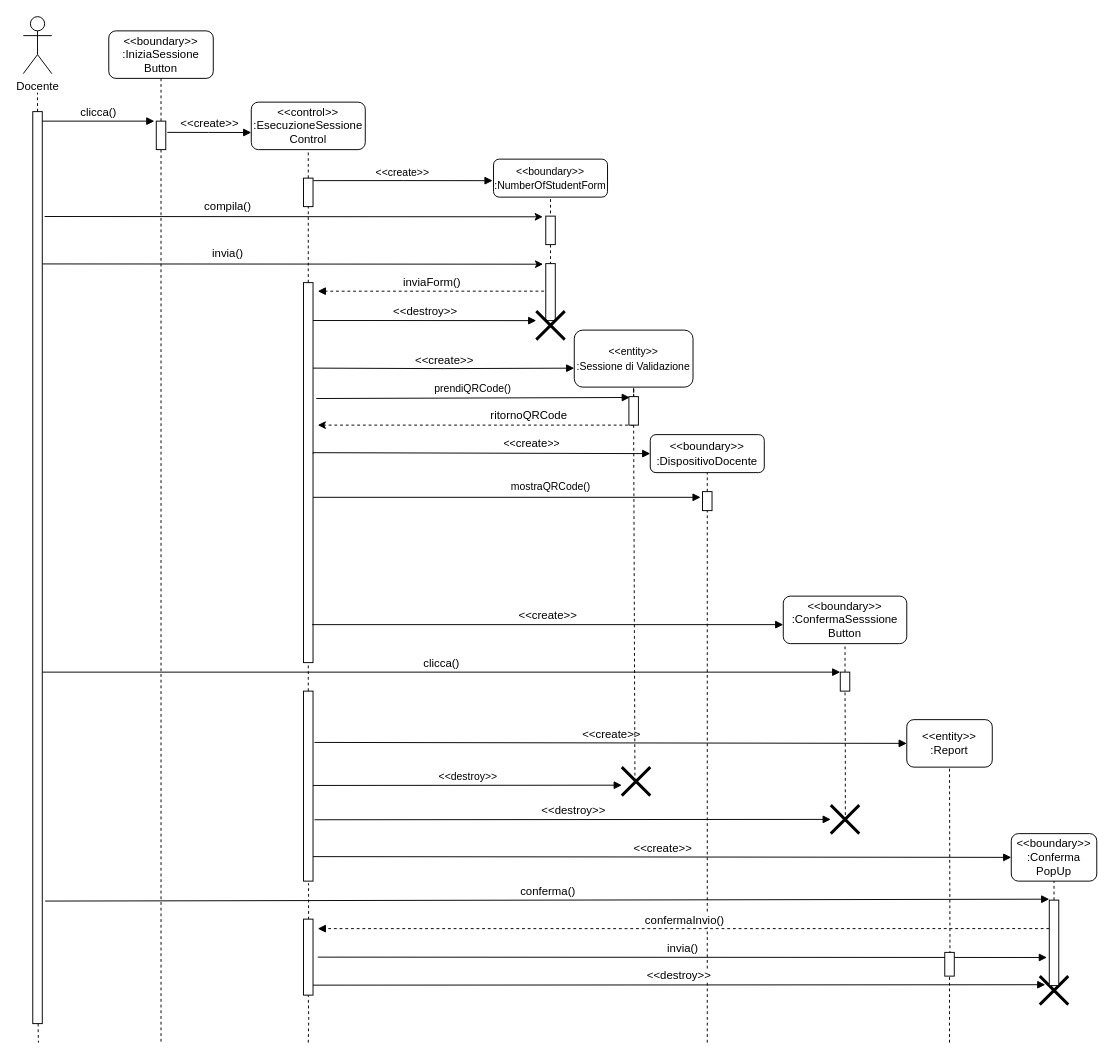
This is Documentazione/Resources/Sequence Diagram/Esecuzione Sessione/Sequence Diagram ExecuteSession.drawio from Alberto-00/EasyPass, a draw.io file, before an edit. Source tidied: cells renumbered, new cells numbered last; positions are measured from the earlier drawing's top-left corner, leaving out a move shared by most shapes. Both pictures are drawn from the tidied source at 95%, with x=0, y=0 at pixel (23, 16).
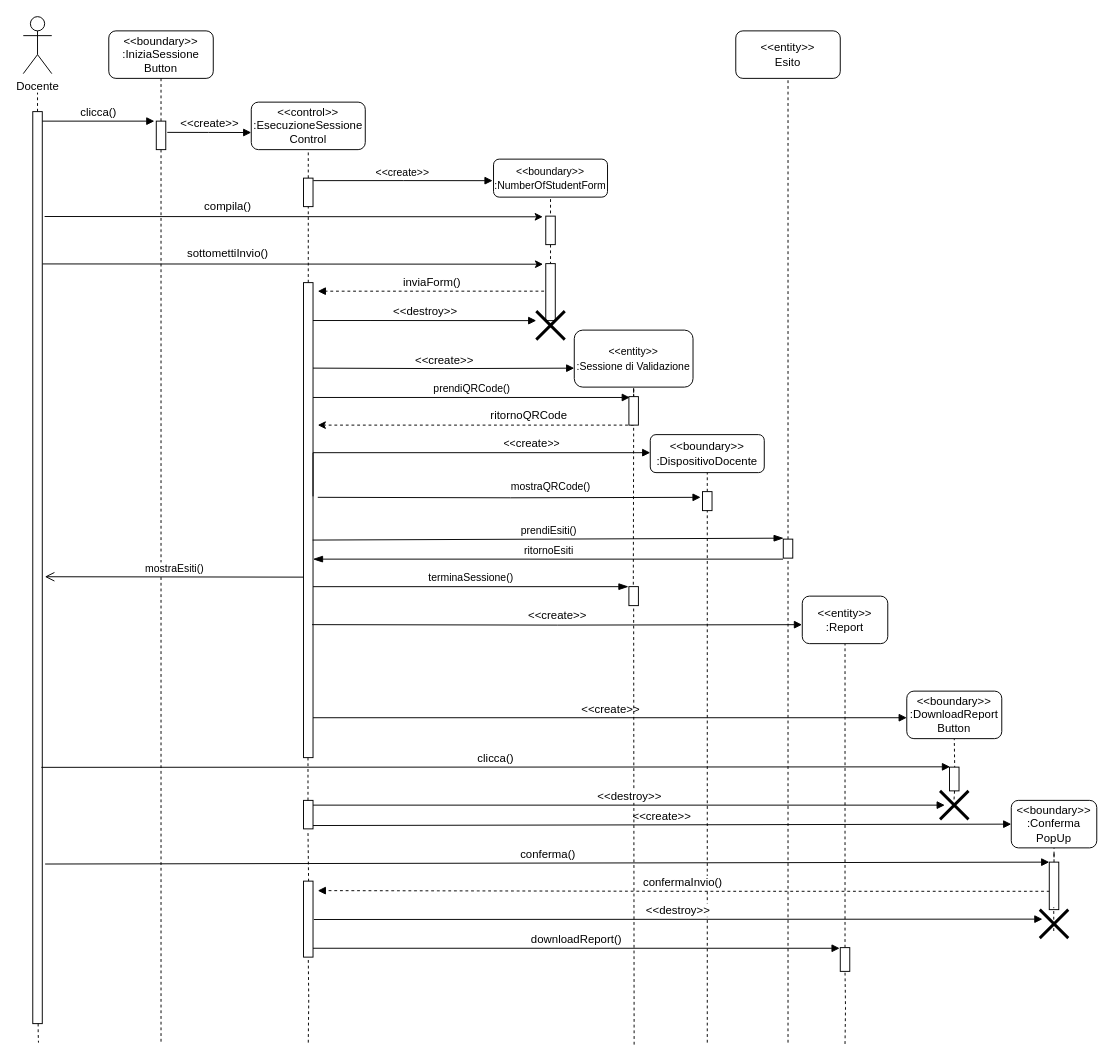
Above is the later version.

Unchanged cells that the change refers to:
```xml
<mxCell id="4" style="html=1;points=[];perimeter=orthogonalPerimeter;" parent="1" vertex="1">
  <mxGeometry x="10" y="100" width="10" height="960" as="geometry" />
</mxCell>
<mxCell id="29" value="&amp;lt;&amp;lt;boundary&amp;gt;&amp;gt;&lt;br&gt;:DispositivoDocente" style="rounded=1;whiteSpace=wrap;html=1;" parent="1" vertex="1">
  <mxGeometry x="660" y="440" width="120" height="40" as="geometry" />
</mxCell>
<mxCell id="31" style="html=1;points=[];perimeter=orthogonalPerimeter;" parent="1" vertex="1">
  <mxGeometry x="715" y="500" width="10" height="20" as="geometry" />
</mxCell>
<mxCell id="73" style="html=1;points=[];perimeter=orthogonalPerimeter;" parent="1" vertex="1">
  <mxGeometry x="637.5" y="400" width="10" height="30" as="geometry" />
</mxCell>
```

Change to the diagram source:
```diff
@@
     <mxCell id="20" style="html=1;points=[];perimeter=orthogonalPerimeter;" parent="1" vertex="1">
-      <mxGeometry x="295" y="280" width="10" height="400" as="geometry" />
+      <mxGeometry x="295" y="280" width="10" height="500" as="geometry" />
     </mxCell>
-    <mxCell id="21" style="endArrow=none;dashed=1;html=1;rounded=0;edgeStyle=orthogonalEdgeStyle;startArrow=none;" parent="1" edge="1" source="39" target="20">
-      <mxGeometry relative="1" as="geometry" />
-    </mxCell>
@@
-    <mxCell id="28" value="prendiQRCode()" style="html=1;verticalAlign=bottom;endArrow=block;rounded=0;entryX=0.1;entryY=0.03;entryDx=0;entryDy=0;entryPerimeter=0;exitX=1.34;exitY=0.305;exitDx=0;exitDy=0;exitPerimeter=0;" parent="1" edge="1" source="20" target="73">
+    <mxCell id="28" value="prendiQRCode()" style="html=1;verticalAlign=bottom;endArrow=block;rounded=0;entryX=0.1;entryY=0.03;entryDx=0;entryDy=0;entryPerimeter=0;" parent="1" edge="1" source="20" target="73">
       <mxGeometry relative="1" as="geometry" />
     </mxCell>
@@
-    <mxCell id="33" value="&lt;font style=&quot;font-size: 12px&quot;&gt;&amp;lt;&amp;lt;create&amp;gt;&amp;gt;&lt;/font&gt;" style="html=1;verticalAlign=bottom;endArrow=block;rounded=0;edgeStyle=orthogonalEdgeStyle;" parent="1" edge="1">
+    <mxCell id="33" value="&lt;font style=&quot;font-size: 12px&quot;&gt;&amp;lt;&amp;lt;create&amp;gt;&amp;gt;&lt;/font&gt;" style="html=1;verticalAlign=bottom;endArrow=block;rounded=0;edgeStyle=orthogonalEdgeStyle;entryX=-0.003;entryY=0.601;entryDx=0;entryDy=0;entryPerimeter=0;" parent="1" edge="1" target="41">
       <mxGeometry relative="1" as="geometry">
         <mxPoint x="304" y="640" as="sourcePoint" />
-        <mxPoint x="800" y="640" as="targetPoint" />
-        <Array as="points">
-          <mxPoint x="304" y="640" />
-        </Array>
       </mxGeometry>
     </mxCell>
-    <mxCell id="34" value="&lt;span&gt;&amp;lt;&amp;lt;boundary&amp;gt;&amp;gt;&lt;br&gt;:ConfermaSesssione&lt;br&gt;Button&lt;/span&gt;" style="rounded=1;whiteSpace=wrap;html=1;" parent="1" vertex="1">
-      <mxGeometry x="800" y="610" width="130" height="50" as="geometry" />
-    </mxCell>
-    <mxCell id="35" style="endArrow=none;dashed=1;html=1;rounded=0;edgeStyle=orthogonalEdgeStyle;entryX=0.5;entryY=1;entryDx=0;entryDy=0;startArrow=none;" parent="1" edge="1" source="37" target="34">
-      <mxGeometry relative="1" as="geometry" />
-    </mxCell>
-    <mxCell id="36" value="&lt;font style=&quot;font-size: 12px&quot;&gt;clicca()&lt;/font&gt;" style="html=1;verticalAlign=bottom;endArrow=block;rounded=0;entryX=0;entryY=0;entryDx=0;entryDy=0;entryPerimeter=0;" parent="1" edge="1" target="37">
-      <mxGeometry relative="1" as="geometry">
-        <mxPoint x="20" y="690" as="sourcePoint" />
-      </mxGeometry>
-    </mxCell>
-    <mxCell id="37" style="html=1;points=[];perimeter=orthogonalPerimeter;" parent="1" vertex="1">
-      <mxGeometry x="860" y="690" width="10" height="20" as="geometry" />
-    </mxCell>
-    <mxCell id="38" style="endArrow=none;dashed=1;html=1;rounded=0;edgeStyle=orthogonalEdgeStyle;entryX=0.5;entryY=1;entryDx=0;entryDy=0;startArrow=none;exitX=0.511;exitY=0.547;exitDx=0;exitDy=0;exitPerimeter=0;" parent="1" edge="1" source="63" target="37">
+    <mxCell id="38" style="endArrow=none;dashed=1;html=1;rounded=0;edgeStyle=orthogonalEdgeStyle;entryX=0.5;entryY=1;entryDx=0;entryDy=0;startArrow=none;" parent="1" edge="1" source="90" target="41">
       <mxGeometry relative="1" as="geometry" />
     </mxCell>
-    <mxCell id="39" style="html=1;points=[];perimeter=orthogonalPerimeter;" parent="1" vertex="1">
-      <mxGeometry x="295" y="710" width="10" height="200" as="geometry" />
-    </mxCell>
-    <mxCell id="40" value="&lt;font style=&quot;font-size: 12px&quot;&gt;&amp;lt;&amp;lt;create&amp;gt;&amp;gt;&lt;/font&gt;" style="html=1;verticalAlign=bottom;endArrow=block;rounded=0;exitX=1.152;exitY=0.27;exitDx=0;exitDy=0;exitPerimeter=0;entryX=0;entryY=0.5;entryDx=0;entryDy=0;" parent="1" edge="1" source="39" target="41">
-      <mxGeometry relative="1" as="geometry" />
+    <mxCell id="40" value="&lt;font style=&quot;font-size: 12px&quot;&gt;&amp;lt;&amp;lt;create&amp;gt;&amp;gt;&lt;/font&gt;" style="html=1;verticalAlign=bottom;endArrow=block;rounded=0;" parent="1" edge="1" source="20">
+      <mxGeometry relative="1" as="geometry">
+        <mxPoint x="930" y="738" as="targetPoint" />
+      </mxGeometry>
     </mxCell>
-    <mxCell id="41" value="&amp;lt;&amp;lt;entity&amp;gt;&amp;gt;&lt;br&gt;:Report" style="rounded=1;whiteSpace=wrap;html=1;" parent="1" vertex="1">
-      <mxGeometry x="930" y="740" width="90" height="50" as="geometry" />
-    </mxCell>
-    <mxCell id="42" value="&amp;lt;&amp;lt;destroy&amp;gt;&amp;gt;" style="html=1;verticalAlign=bottom;endArrow=block;rounded=0;" parent="1" edge="1">
-      <mxGeometry relative="1" as="geometry">
-        <mxPoint x="305" y="809.3" as="sourcePoint" />
-        <mxPoint x="630" y="809" as="targetPoint" />
-      </mxGeometry>
-    </mxCell>
-    <mxCell id="43" style="shape=umlDestroy;whiteSpace=wrap;html=1;strokeWidth=3;" parent="1" vertex="1">
-      <mxGeometry x="630" y="790" width="30" height="30" as="geometry" />
-    </mxCell>
-    <mxCell id="44" style="endArrow=none;dashed=1;html=1;rounded=0;startArrow=none;entryX=0.5;entryY=1;entryDx=0;entryDy=0;exitX=0.547;exitY=0.065;exitDx=0;exitDy=0;exitPerimeter=0;" parent="1" edge="1" source="67" target="41">
+    <mxCell id="44" style="endArrow=none;dashed=1;html=1;rounded=0;startArrow=none;entryX=0.5;entryY=1;entryDx=0;entryDy=0;exitX=0.547;exitY=0.065;exitDx=0;exitDy=0;exitPerimeter=0;" parent="1" edge="1" source="67" target="85">
       <mxGeometry relative="1" as="geometry" />
     </mxCell>
-    <mxCell id="45" value="&lt;font style=&quot;font-size: 12px&quot;&gt;&amp;lt;&amp;lt;destroy&amp;gt;&amp;gt;&lt;/font&gt;" style="html=1;verticalAlign=bottom;endArrow=block;rounded=0;exitX=1.152;exitY=0.677;exitDx=0;exitDy=0;exitPerimeter=0;" parent="1" edge="1" source="39" target="63">
+    <mxCell id="45" value="&lt;font style=&quot;font-size: 12px&quot;&gt;clicca()&lt;/font&gt;" style="html=1;verticalAlign=bottom;endArrow=block;rounded=0;exitX=0.907;exitY=0.719;exitDx=0;exitDy=0;exitPerimeter=0;entryX=0.055;entryY=-0.012;entryDx=0;entryDy=0;entryPerimeter=0;" parent="1" edge="1" source="4" target="67">
       <mxGeometry relative="1" as="geometry" />
     </mxCell>
-    <mxCell id="46" value="&lt;font style=&quot;font-size: 12px&quot;&gt;&amp;lt;&amp;lt;create&amp;gt;&amp;gt;&lt;/font&gt;" style="html=1;verticalAlign=bottom;endArrow=block;rounded=0;entryX=0;entryY=0.5;entryDx=0;entryDy=0;" parent="1" edge="1" target="47">
-      <mxGeometry relative="1" as="geometry">
-        <mxPoint x="305" y="884.2" as="sourcePoint" />
-      </mxGeometry>
+    <mxCell id="46" value="&lt;font style=&quot;font-size: 12px&quot;&gt;&amp;lt;&amp;lt;create&amp;gt;&amp;gt;&lt;/font&gt;" style="html=1;verticalAlign=bottom;endArrow=block;rounded=0;entryX=0;entryY=0.5;entryDx=0;entryDy=0;exitX=0.933;exitY=0.883;exitDx=0;exitDy=0;exitPerimeter=0;" parent="1" edge="1" source="86" target="47">
+      <mxGeometry relative="1" as="geometry" />
     </mxCell>
     <mxCell id="47" value="&amp;lt;&amp;lt;boundary&amp;gt;&amp;gt;&lt;br&gt;:Conferma&lt;br&gt;PopUp" style="rounded=1;whiteSpace=wrap;html=1;" parent="1" vertex="1">
-      <mxGeometry x="1040" y="860" width="90" height="50" as="geometry" />
+      <mxGeometry x="1040" y="825" width="90" height="50" as="geometry" />
     </mxCell>
-    <mxCell id="48" style="endArrow=none;dashed=1;html=1;rounded=0;edgeStyle=orthogonalEdgeStyle;startArrow=none;" parent="1" edge="1" source="64" target="47">
-      <mxGeometry relative="1" as="geometry" />
-    </mxCell>
     <mxCell id="49" value="&lt;font style=&quot;font-size: 12px&quot;&gt;conferma()&lt;/font&gt;" style="html=1;verticalAlign=bottom;endArrow=block;rounded=0;" parent="1" edge="1">
       <mxGeometry relative="1" as="geometry">
-        <mxPoint x="23" y="931" as="sourcePoint" />
-        <mxPoint x="1080" y="929" as="targetPoint" />
+        <mxPoint x="23" y="892" as="sourcePoint" />
+        <mxPoint x="1080" y="890" as="targetPoint" />
       </mxGeometry>
     </mxCell>
-    <mxCell id="50" style="endArrow=none;dashed=1;html=1;rounded=0;startArrow=none;exitX=0.533;exitY=0.006;exitDx=0;exitDy=0;exitPerimeter=0;entryX=0.533;entryY=1.011;entryDx=0;entryDy=0;entryPerimeter=0;" parent="1" edge="1" source="51" target="39">
+    <mxCell id="50" style="endArrow=none;dashed=1;html=1;rounded=0;startArrow=none;exitX=0.533;exitY=0.006;exitDx=0;exitDy=0;exitPerimeter=0;entryX=0.469;entryY=1.047;entryDx=0;entryDy=0;entryPerimeter=0;" parent="1" edge="1" source="51" target="86">
       <mxGeometry relative="1" as="geometry" />
     </mxCell>
     <mxCell id="51" style="html=1;points=[];perimeter=orthogonalPerimeter;" parent="1" vertex="1">
-      <mxGeometry x="295" y="950" width="10" height="80" as="geometry" />
+      <mxGeometry x="295" y="910" width="10" height="80" as="geometry" />
     </mxCell>
@@
-    <mxCell id="53" value="&lt;font style=&quot;font-size: 12px&quot;&gt;confermaInvio()&lt;/font&gt;" style="html=1;verticalAlign=bottom;endArrow=block;rounded=0;edgeStyle=orthogonalEdgeStyle;startArrow=none;startFill=0;exitX=0;exitY=0.333;exitDx=0;exitDy=0;exitPerimeter=0;dashed=1;" parent="1" edge="1" source="64">
-      <mxGeometry relative="1" as="geometry">
-        <mxPoint x="310" y="960" as="targetPoint" />
-      </mxGeometry>
+    <mxCell id="53" value="&lt;font style=&quot;font-size: 12px&quot;&gt;confermaInvio()&lt;/font&gt;" style="html=1;verticalAlign=bottom;endArrow=block;rounded=0;edgeStyle=orthogonalEdgeStyle;startArrow=none;startFill=0;exitX=0.038;exitY=0.614;exitDx=0;exitDy=0;exitPerimeter=0;dashed=1;entryX=1.5;entryY=0.125;entryDx=0;entryDy=0;entryPerimeter=0;" parent="1" edge="1" source="64" target="51">
+      <mxGeometry relative="1" as="geometry" />
     </mxCell>
-    <mxCell id="54" value="&lt;font style=&quot;font-size: 12px&quot;&gt;&amp;lt;&amp;lt;destroy&amp;gt;&amp;gt;&lt;/font&gt;" style="html=1;verticalAlign=bottom;endArrow=block;rounded=0;entryX=0.195;entryY=0.302;entryDx=0;entryDy=0;entryPerimeter=0;" parent="1" edge="1" target="55">
-      <mxGeometry relative="1" as="geometry">
-        <mxPoint x="305" y="1019.5" as="sourcePoint" />
-      </mxGeometry>
-    </mxCell>
     <mxCell id="55" style="shape=umlDestroy;whiteSpace=wrap;html=1;strokeWidth=3;" parent="1" vertex="1">
-      <mxGeometry x="1070" y="1010" width="30" height="30" as="geometry" />
+      <mxGeometry x="1070" y="940" width="30" height="30" as="geometry" />
     </mxCell>
-    <mxCell id="56" style="endArrow=none;dashed=1;html=1;rounded=0;startArrow=none;" parent="1" edge="1" source="67">
-      <mxGeometry relative="1" as="geometry">
-        <mxPoint x="975" y="990" as="targetPoint" />
-      </mxGeometry>
-    </mxCell>
@@
-    <mxCell id="58" value="&lt;font style=&quot;font-size: 12px&quot;&gt;invia()&lt;/font&gt;" style="html=1;verticalAlign=bottom;endArrow=block;rounded=0;entryX=-0.247;entryY=0.671;entryDx=0;entryDy=0;entryPerimeter=0;" parent="1" edge="1" target="64">
-      <mxGeometry relative="1" as="geometry">
-        <mxPoint x="310" y="990" as="sourcePoint" />
-      </mxGeometry>
+    <mxCell id="58" value="&lt;font style=&quot;font-size: 12px&quot;&gt;downloadReport()&lt;/font&gt;" style="html=1;verticalAlign=bottom;endArrow=block;rounded=0;entryX=-0.067;entryY=0.027;entryDx=0;entryDy=0;entryPerimeter=0;" parent="1" edge="1" source="51" target="90">
+      <mxGeometry relative="1" as="geometry" />
     </mxCell>
@@
-    <mxCell id="62" value="invia()" style="text;html=1;align=center;verticalAlign=middle;strokeColor=none;fillColor=none;fontSize=12;" parent="1" vertex="1">
-      <mxGeometry x="190" y="240" width="50" height="20" as="geometry" />
+    <mxCell id="62" value="sottomettiInvio()" style="text;html=1;align=center;verticalAlign=middle;strokeColor=none;fillColor=none;fontSize=12;" parent="1" vertex="1">
+      <mxGeometry x="165" y="240" width="100" height="20" as="geometry" />
     </mxCell>
-    <mxCell id="63" style="shape=umlDestroy;whiteSpace=wrap;html=1;strokeWidth=3;" parent="1" vertex="1">
-      <mxGeometry x="850" y="830" width="30" height="30" as="geometry" />
-    </mxCell>
     <mxCell id="64" style="html=1;points=[];perimeter=orthogonalPerimeter;" parent="1" vertex="1">
-      <mxGeometry x="1080" y="930" width="10" height="90" as="geometry" />
+      <mxGeometry x="1080" y="890" width="10" height="50" as="geometry" />
     </mxCell>
@@
     <mxCell id="67" style="html=1;points=[];perimeter=orthogonalPerimeter;" parent="1" vertex="1">
-      <mxGeometry x="970" y="985" width="10" height="25" as="geometry" />
+      <mxGeometry x="975" y="790" width="10" height="25" as="geometry" />
     </mxCell>
-    <mxCell id="68" style="endArrow=none;dashed=1;html=1;rounded=0;" parent="1" edge="1" target="67">
+    <mxCell id="68" style="endArrow=none;dashed=1;html=1;rounded=0;startArrow=none;" parent="1" edge="1" source="93">
       <mxGeometry relative="1" as="geometry">
-        <mxPoint x="975" y="1080" as="sourcePoint" />
+        <mxPoint x="979.7" y="815" as="targetPoint" />
       </mxGeometry>
     </mxCell>
-    <mxCell id="69" style="html=1;verticalAlign=bottom;labelBackgroundColor=none;endArrow=block;endFill=1;rounded=0;edgeStyle=orthogonalEdgeStyle;entryX=-0.2;entryY=0.3;entryDx=0;entryDy=0;exitX=1;exitY=0.565;exitDx=0;exitDy=0;exitPerimeter=0;entryPerimeter=0;" parent="1" edge="1" source="20" target="31">
-      <mxGeometry relative="1" as="geometry" />
+    <mxCell id="69" style="html=1;verticalAlign=bottom;labelBackgroundColor=none;endArrow=block;endFill=1;rounded=0;edgeStyle=orthogonalEdgeStyle;entryX=-0.2;entryY=0.3;entryDx=0;entryDy=0;entryPerimeter=0;" parent="1" edge="1" target="31">
+      <mxGeometry relative="1" as="geometry">
+        <mxPoint x="310" y="506" as="sourcePoint" />
+      </mxGeometry>
     </mxCell>
@@
-    <mxCell id="71" style="html=1;verticalAlign=bottom;labelBackgroundColor=none;endArrow=block;endFill=1;rounded=0;edgeStyle=orthogonalEdgeStyle;exitX=1;exitY=0.45;exitDx=0;exitDy=0;entryX=0;entryY=0.5;entryDx=0;entryDy=0;fontSize=11;exitPerimeter=0;" parent="1" edge="1" source="20" target="29">
+    <mxCell id="71" style="html=1;verticalAlign=bottom;labelBackgroundColor=none;endArrow=block;endFill=1;rounded=0;edgeStyle=orthogonalEdgeStyle;exitX=1;exitY=0.45;exitDx=0;exitDy=0;fontSize=11;exitPerimeter=0;" parent="1" edge="1" source="20">
       <mxGeometry relative="1" as="geometry">
+        <mxPoint x="660" y="459" as="targetPoint" />
         <Array as="points">
           <mxPoint x="305" y="459" />
         </Array>
       </mxGeometry>
     </mxCell>
@@
-    <mxCell id="74" style="endArrow=none;dashed=1;html=1;rounded=0;entryX=0.5;entryY=1;entryDx=0;entryDy=0;startArrow=none;exitX=0.462;exitY=0.495;exitDx=0;exitDy=0;exitPerimeter=0;" parent="1" edge="1" source="43" target="73">
+    <mxCell id="74" style="endArrow=none;dashed=1;html=1;rounded=0;entryX=0.5;entryY=1;entryDx=0;entryDy=0;startArrow=none;exitX=0.462;exitY=0.495;exitDx=0;exitDy=0;exitPerimeter=0;" parent="1" edge="1" source="82" target="73">
       <mxGeometry relative="1" as="geometry" />
     </mxCell>
+    <mxCell id="75" value="&lt;font style=&quot;font-size: 12px&quot;&gt;&amp;lt;&amp;lt;entity&amp;gt;&amp;gt;&lt;br&gt;Esito&lt;br&gt;&lt;/font&gt;" style="rounded=1;whiteSpace=wrap;html=1;" parent="1" vertex="1">
+      <mxGeometry x="750" y="15" width="110" height="50" as="geometry" />
+    </mxCell>
+    <mxCell id="76" style="endArrow=none;dashed=1;html=1;rounded=0;entryX=0.5;entryY=1;entryDx=0;entryDy=0;startArrow=none;" parent="1" edge="1" source="78" target="75">
+      <mxGeometry relative="1" as="geometry" />
+    </mxCell>
+    <mxCell id="77" value="prendiEsiti()" style="html=1;verticalAlign=bottom;endArrow=blockThin;endSize=8;rounded=0;exitX=0.959;exitY=0.542;exitDx=0;exitDy=0;exitPerimeter=0;entryX=0.033;entryY=-0.05;entryDx=0;entryDy=0;entryPerimeter=0;endFill=1;" parent="1" edge="1" source="20" target="78">
+      <mxGeometry relative="1" as="geometry" />
+    </mxCell>
+    <mxCell id="78" style="html=1;points=[];perimeter=orthogonalPerimeter;" parent="1" vertex="1">
+      <mxGeometry x="800" y="550" width="10" height="20" as="geometry" />
+    </mxCell>
+    <mxCell id="79" style="endArrow=none;dashed=1;html=1;rounded=0;entryX=0.5;entryY=1;entryDx=0;entryDy=0;startArrow=none;" parent="1" edge="1" target="78">
+      <mxGeometry relative="1" as="geometry">
+        <mxPoint x="805" y="1080" as="sourcePoint" />
+      </mxGeometry>
+    </mxCell>
+    <mxCell id="80" value="ritornoEsiti" style="html=1;verticalAlign=bottom;endArrow=blockThin;endSize=8;rounded=0;exitX=-0.024;exitY=1.053;exitDx=0;exitDy=0;exitPerimeter=0;endFill=1;" parent="1" edge="1" source="78" target="20">
+      <mxGeometry relative="1" as="geometry" />
+    </mxCell>
+    <mxCell id="81" value="mostraEsiti()" style="html=1;verticalAlign=bottom;endArrow=open;endSize=8;rounded=0;entryX=1.269;entryY=0.51;entryDx=0;entryDy=0;entryPerimeter=0;" parent="1" edge="1" target="4">
+      <mxGeometry relative="1" as="geometry">
+        <mxPoint x="295" y="590" as="sourcePoint" />
+      </mxGeometry>
+    </mxCell>
+    <mxCell id="82" style="html=1;points=[];perimeter=orthogonalPerimeter;" parent="1" vertex="1">
+      <mxGeometry x="637.5" y="600" width="10" height="20" as="geometry" />
+    </mxCell>
+    <mxCell id="83" style="endArrow=none;dashed=1;html=1;rounded=0;entryX=0.5;entryY=1;entryDx=0;entryDy=0;startArrow=none;" parent="1" edge="1" target="82">
+      <mxGeometry relative="1" as="geometry">
+        <mxPoint x="643" y="1082.1" as="sourcePoint" />
+      </mxGeometry>
+    </mxCell>
+    <mxCell id="84" value="terminaSessione()" style="html=1;verticalAlign=bottom;endArrow=blockThin;endSize=8;rounded=0;entryX=-0.05;entryY=0.002;entryDx=0;entryDy=0;entryPerimeter=0;endFill=1;" parent="1" edge="1" source="20" target="82">
+      <mxGeometry relative="1" as="geometry" />
+    </mxCell>
+    <mxCell id="41" value="&amp;lt;&amp;lt;entity&amp;gt;&amp;gt;&lt;br&gt;:Report" style="rounded=1;whiteSpace=wrap;html=1;" parent="1" vertex="1">
+      <mxGeometry x="820" y="610" width="90" height="50" as="geometry" />
+    </mxCell>
+    <mxCell id="85" value="&lt;span&gt;&amp;lt;&amp;lt;boundary&amp;gt;&amp;gt;&lt;br&gt;:DownloadReport&lt;br&gt;Button&lt;/span&gt;" style="rounded=1;whiteSpace=wrap;html=1;" parent="1" vertex="1">
+      <mxGeometry x="930" y="710" width="100" height="50" as="geometry" />
+    </mxCell>
+    <mxCell id="86" style="html=1;points=[];perimeter=orthogonalPerimeter;" parent="1" vertex="1">
+      <mxGeometry x="295" y="825" width="10" height="30" as="geometry" />
+    </mxCell>
+    <mxCell id="87" style="endArrow=none;dashed=1;html=1;rounded=0;startArrow=none;entryX=0.533;entryY=1.011;entryDx=0;entryDy=0;entryPerimeter=0;" parent="1" edge="1" source="86">
+      <mxGeometry relative="1" as="geometry">
+        <mxPoint x="299.7" y="780" as="targetPoint" />
+      </mxGeometry>
+    </mxCell>
+    <mxCell id="48" style="endArrow=none;dashed=1;html=1;rounded=0;edgeStyle=orthogonalEdgeStyle;startArrow=none;entryX=0.5;entryY=1;entryDx=0;entryDy=0;" parent="1" edge="1" source="64" target="47">
+      <mxGeometry relative="1" as="geometry" />
+    </mxCell>
+    <mxCell id="88" style="endArrow=none;dashed=1;html=1;rounded=0;edgeStyle=orthogonalEdgeStyle;startArrow=none;entryX=0.5;entryY=1;entryDx=0;entryDy=0;" parent="1" edge="1">
+      <mxGeometry relative="1" as="geometry">
+        <mxPoint x="1084.7" y="962.5" as="sourcePoint" />
+        <mxPoint x="1084.7" y="937.5" as="targetPoint" />
+      </mxGeometry>
+    </mxCell>
+    <mxCell id="89" value="&lt;font style=&quot;font-size: 12px&quot;&gt;&amp;lt;&amp;lt;destroy&amp;gt;&amp;gt;&lt;/font&gt;" style="html=1;verticalAlign=bottom;endArrow=block;rounded=0;exitX=1.09;exitY=0.505;exitDx=0;exitDy=0;exitPerimeter=0;" parent="1" edge="1" source="51">
+      <mxGeometry relative="1" as="geometry">
+        <mxPoint x="1072.8" y="950" as="targetPoint" />
+      </mxGeometry>
+    </mxCell>
+    <mxCell id="90" style="html=1;points=[];perimeter=orthogonalPerimeter;" parent="1" vertex="1">
+      <mxGeometry x="860" y="980" width="10" height="25" as="geometry" />
+    </mxCell>
+    <mxCell id="91" style="endArrow=none;dashed=1;html=1;rounded=0;edgeStyle=orthogonalEdgeStyle;entryX=0.5;entryY=1;entryDx=0;entryDy=0;startArrow=none;" parent="1" edge="1" target="90">
+      <mxGeometry relative="1" as="geometry">
+        <mxPoint x="865" y="1081.4" as="sourcePoint" />
+      </mxGeometry>
+    </mxCell>
+    <mxCell id="92" value="&lt;font style=&quot;font-size: 12px&quot;&gt;&amp;lt;&amp;lt;destroy&amp;gt;&amp;gt;&lt;/font&gt;" style="html=1;verticalAlign=bottom;endArrow=block;rounded=0;" parent="1" edge="1" source="86">
+      <mxGeometry relative="1" as="geometry">
+        <mxPoint x="970" y="830" as="targetPoint" />
+      </mxGeometry>
+    </mxCell>
+    <mxCell id="93" style="shape=umlDestroy;whiteSpace=wrap;html=1;strokeWidth=3;" parent="1" vertex="1">
+      <mxGeometry x="965" y="815" width="30" height="30" as="geometry" />
+    </mxCell>
+    <mxCell id="94" style="endArrow=none;dashed=1;html=1;rounded=0;" parent="1" edge="1">
+      <mxGeometry relative="1" as="geometry">
+        <mxPoint x="980.3" y="815" as="sourcePoint" />
+        <mxPoint x="979.7" y="825" as="targetPoint" />
+      </mxGeometry>
+    </mxCell>
```
